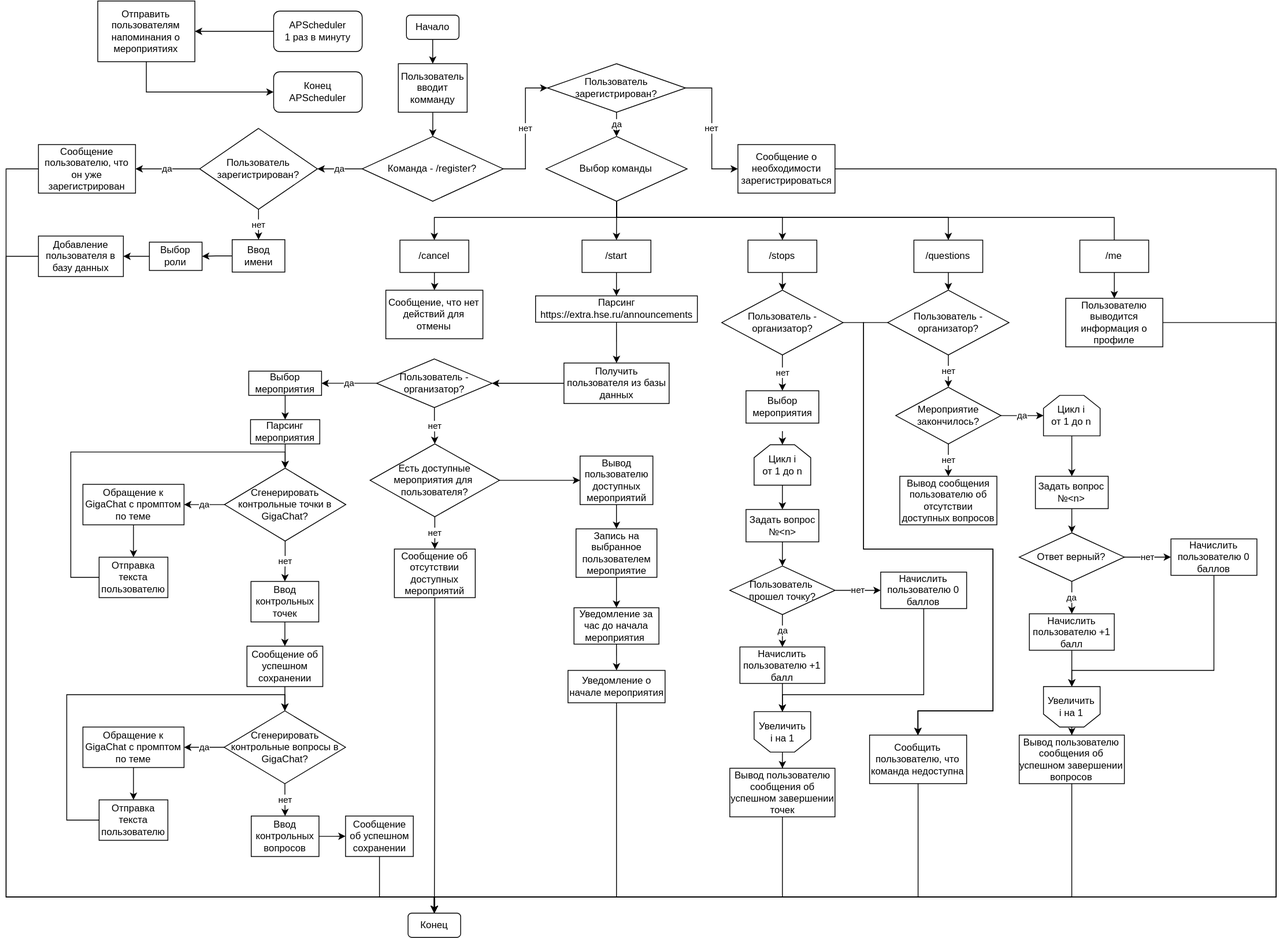
Above: блок-схема.svg in vyacheslavbytsko/HSE-Extra-Events-Bot (draw.io), before the change. Source tidied: cells renumbered, new cells last; positions are measured from the earlier drawing's top-left corner, leaving out a move shared by most shapes.
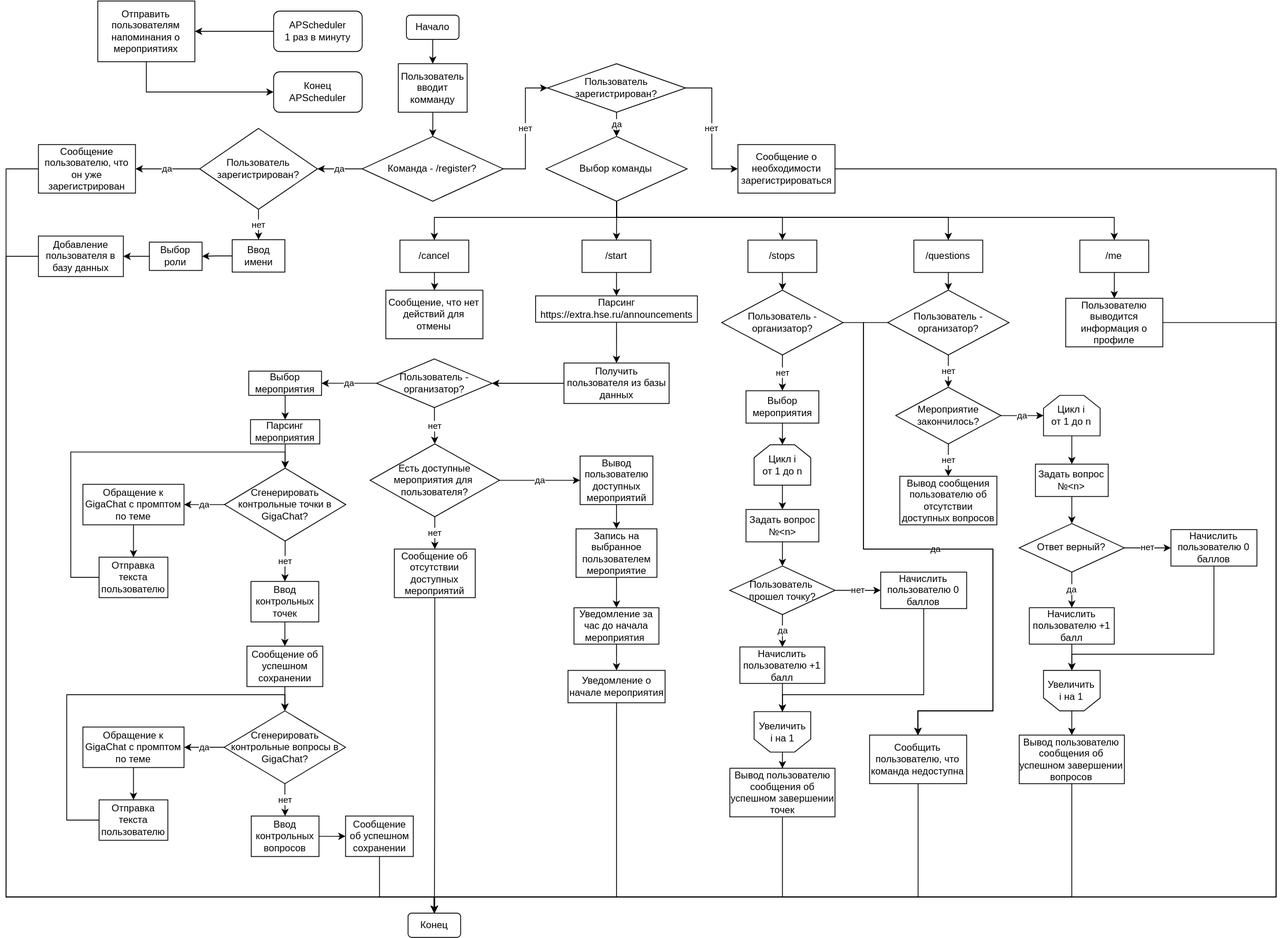
After the commit.

Commit message:
обновление блок-схем

Diff of the diagram source:
```diff
@@ -156,7 +156,7 @@
     <mxCell id="45" value="нет" style="edgeStyle=orthogonalEdgeStyle;rounded=0;jettySize=auto;html=1;entryX=0.5;entryY=0;entryDx=0;entryDy=0;" parent="1" edge="1" source="47" target="49">
       <mxGeometry relative="1" as="geometry" />
     </mxCell>
-    <mxCell id="46" style="edgeStyle=orthogonalEdgeStyle;rounded=0;jettySize=auto;html=1;entryX=0;entryY=0.5;entryDx=0;entryDy=0;" parent="1" edge="1" source="47" target="44">
+    <mxCell id="46" value="да" style="edgeStyle=orthogonalEdgeStyle;rounded=0;jettySize=auto;html=1;entryX=0;entryY=0.5;entryDx=0;entryDy=0;" parent="1" edge="1" source="47" target="44">
       <mxGeometry relative="1" as="geometry" />
     </mxCell>
     <mxCell id="47" value="Есть доступные мероприятия для&lt;span style=&quot;background-color: transparent; color: light-dark(rgb(0, 0, 0), rgb(255, 255, 255));&quot;&gt;&amp;nbsp;&lt;/span&gt;&lt;div&gt;пользователя?&lt;/div&gt;" style="rhombus;whiteSpace=wrap;html=1;" parent="1" vertex="1">
@@ -191,11 +191,9 @@
     <mxCell id="55" value="Уведомление о начале мероприятия" style="rounded=0;whiteSpace=wrap;html=1;" parent="1" vertex="1">
       <mxGeometry x="694.6" y="828" width="120" height="40" as="geometry" />
     </mxCell>
-    <mxCell id="56" style="edgeStyle=orthogonalEdgeStyle;rounded=0;jettySize=auto;html=1;entryX=0.5;entryY=0;entryDx=0;entryDy=0;" parent="1" edge="1" target="59">
-      <mxGeometry relative="1" as="geometry">
-        <mxPoint x="959.7" y="532.3" as="sourcePoint" />
-      </mxGeometry>
-    </mxCell>
+    <mxCell id="142" style="edgeStyle=orthogonalEdgeStyle;rounded=0;jettySize=auto;html=1;entryX=0.5;entryY=0;entryDx=0;entryDy=0;" parent="1" edge="1" source="57" target="59">
+      <mxGeometry relative="1" as="geometry" />
+    </mxCell>
     <mxCell id="57" value="Выбор мероприятия" style="rounded=0;whiteSpace=wrap;html=1;" parent="1" vertex="1">
       <mxGeometry x="914.7" y="482.3" width="90" height="40" as="geometry" />
     </mxCell>
@@ -279,7 +277,7 @@
       <mxGeometry relative="1" as="geometry" />
     </mxCell>
     <mxCell id="81" value="Задать вопрос №&amp;lt;n&amp;gt;" style="rounded=0;whiteSpace=wrap;html=1;" parent="1" vertex="1">
-      <mxGeometry x="1272.4" y="588" width="90" height="40" as="geometry" />
+      <mxGeometry x="1272.4" y="573" width="90" height="40" as="geometry" />
     </mxCell>
     <mxCell id="82" value="нет" style="edgeStyle=orthogonalEdgeStyle;rounded=0;jettySize=auto;html=1;exitX=1;exitY=0.5;exitDx=0;exitDy=0;entryX=0;entryY=0.5;entryDx=0;entryDy=0;" parent="1" edge="1" source="84" target="88">
       <mxGeometry relative="1" as="geometry" />
@@ -288,33 +286,33 @@
       <mxGeometry relative="1" as="geometry" />
     </mxCell>
     <mxCell id="84" value="Ответ верный?" style="rhombus;whiteSpace=wrap;html=1;" parent="1" vertex="1">
-      <mxGeometry x="1252.4" y="657.9" width="130" height="60" as="geometry" />
+      <mxGeometry x="1252.4" y="646.5" width="130" height="60" as="geometry" />
     </mxCell>
     <mxCell id="85" style="edgeStyle=orthogonalEdgeStyle;rounded=0;jettySize=auto;html=1;exitX=0.5;exitY=1;exitDx=0;exitDy=0;entryX=0.5;entryY=1;entryDx=0;entryDy=0;" parent="1" edge="1" source="86" target="90">
       <mxGeometry relative="1" as="geometry" />
     </mxCell>
     <mxCell id="86" value="Начислить пользователю +1 балл" style="rounded=0;whiteSpace=wrap;html=1;" parent="1" vertex="1">
-      <mxGeometry x="1264.9" y="758" width="105" height="45.1" as="geometry" />
+      <mxGeometry x="1264.9" y="750.4" width="105" height="45.1" as="geometry" />
     </mxCell>
     <mxCell id="87" style="edgeStyle=orthogonalEdgeStyle;rounded=0;jettySize=auto;html=1;exitX=0.5;exitY=1;exitDx=0;exitDy=0;entryX=0.5;entryY=1;entryDx=0;entryDy=0;" parent="1" edge="1" source="88" target="90">
       <mxGeometry relative="1" as="geometry">
         <Array as="points">
-          <mxPoint x="1493" y="828" />
-          <mxPoint x="1317" y="828" />
+          <mxPoint x="1493" y="808" />
+          <mxPoint x="1317" y="808" />
         </Array>
       </mxGeometry>
     </mxCell>
     <mxCell id="88" value="Начислить пользователю 0 баллов" style="rounded=0;whiteSpace=wrap;html=1;" parent="1" vertex="1">
-      <mxGeometry x="1440" y="665.4" width="106.2" height="45.1" as="geometry" />
+      <mxGeometry x="1440" y="653.9" width="106.2" height="45.1" as="geometry" />
     </mxCell>
     <mxCell id="89" style="edgeStyle=orthogonalEdgeStyle;rounded=0;jettySize=auto;html=1;entryX=0.5;entryY=0;entryDx=0;entryDy=0;" parent="1" edge="1" source="90" target="93">
       <mxGeometry relative="1" as="geometry" />
     </mxCell>
     <mxCell id="90" style="shape=loopLimit;whiteSpace=wrap;html=1;size=20;rotation=-180;" parent="1" vertex="1">
-      <mxGeometry x="1282.4" y="848" width="70" height="50" as="geometry" />
+      <mxGeometry x="1282.4" y="828" width="70" height="50" as="geometry" />
     </mxCell>
     <mxCell id="91" value="Увеличить i на 1" style="text;html=1;align=center;verticalAlign=middle;whiteSpace=wrap;rounded=0;" parent="1" vertex="1">
-      <mxGeometry x="1287.4" y="858" width="60" height="30" as="geometry" />
+      <mxGeometry x="1287.4" y="838" width="60" height="30" as="geometry" />
     </mxCell>
     <mxCell id="92" style="edgeStyle=orthogonalEdgeStyle;rounded=0;jettySize=auto;html=1;entryX=0.5;entryY=0;entryDx=0;entryDy=0;" parent="1" edge="1" source="93" target="130">
       <mxGeometry relative="1" as="geometry">
@@ -423,7 +421,7 @@
         </Array>
       </mxGeometry>
     </mxCell>
-    <mxCell id="119" style="edgeStyle=orthogonalEdgeStyle;rounded=0;jettySize=auto;html=1;entryX=0.5;entryY=1;entryDx=0;entryDy=0;" parent="1" edge="1" source="120" target="122">
+    <mxCell id="119" style="edgeStyle=orthogonalEdgeStyle;rounded=0;jettySize=auto;html=1;entryX=0.5;entryY=0;entryDx=0;entryDy=0;" parent="1" edge="1" source="120" target="122">
       <mxGeometry relative="1" as="geometry">
         <Array as="points">
           <mxPoint x="755" y="268" />
@@ -492,7 +490,7 @@
     <mxCell id="134" value="нет" style="edgeStyle=orthogonalEdgeStyle;rounded=0;jettySize=auto;html=1;exitX=0.5;exitY=1;exitDx=0;exitDy=0;entryX=0.5;entryY=0;entryDx=0;entryDy=0;" parent="1" edge="1" source="136" target="57">
       <mxGeometry relative="1" as="geometry" />
     </mxCell>
-    <mxCell id="135" style="edgeStyle=orthogonalEdgeStyle;rounded=0;jettySize=auto;html=1;entryX=0.5;entryY=0;entryDx=0;entryDy=0;" parent="1" edge="1" source="136" target="141">
+    <mxCell id="135" value="да" style="edgeStyle=orthogonalEdgeStyle;rounded=0;jettySize=auto;html=1;entryX=0.5;entryY=0;entryDx=0;entryDy=0;" parent="1" edge="1" source="136" target="141">
       <mxGeometry relative="1" as="geometry">
         <Array as="points">
           <mxPoint x="1060" y="398" />
```
